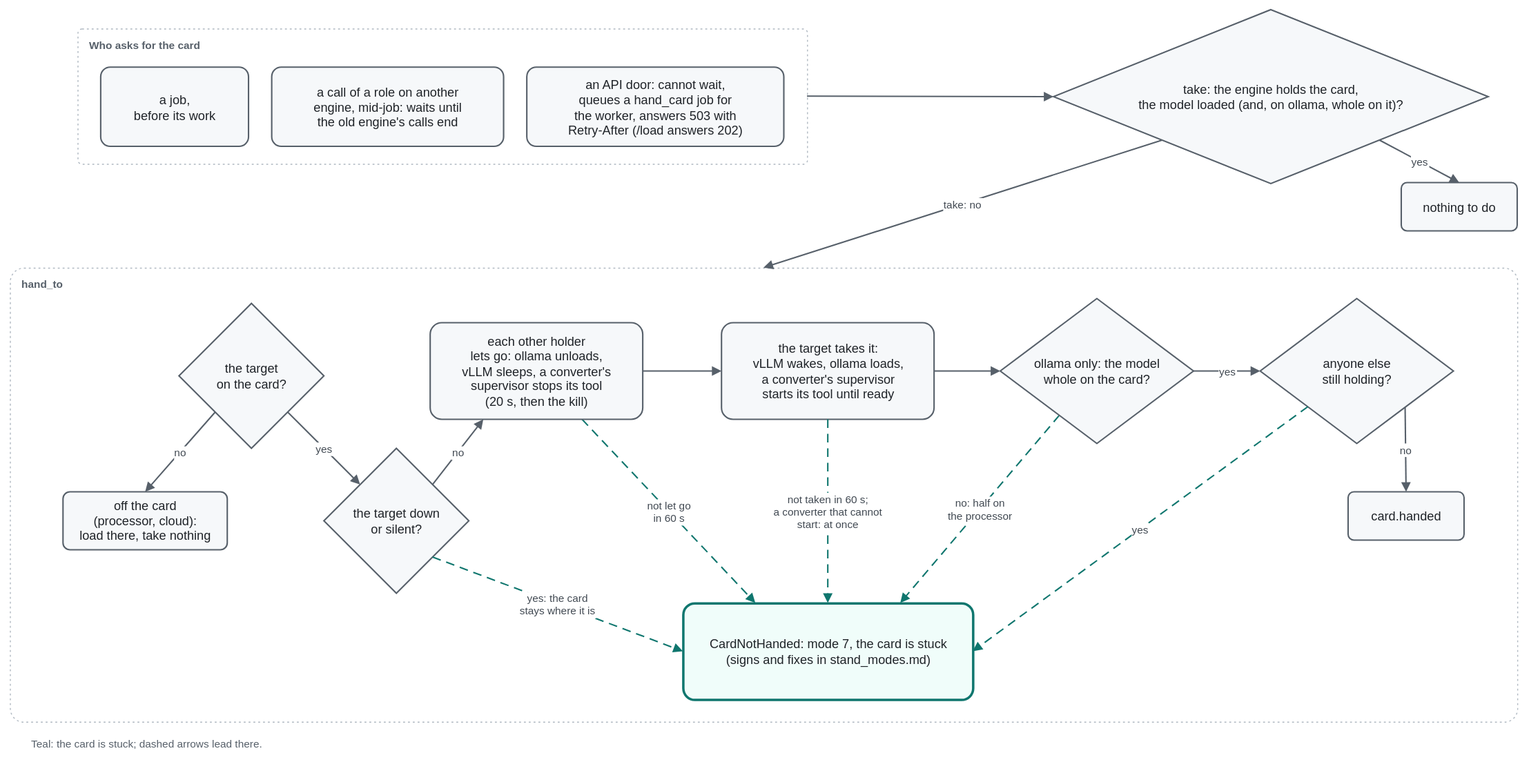
Earlier version of the draw.io export docs/diagrams/card_handover.drawio.svg (rikitikitav1/rag-lab). Source tidied: cells renumbered, new cells last; positions are measured from the earlier drawing's top-left corner, leaving out a move shared by most shapes.
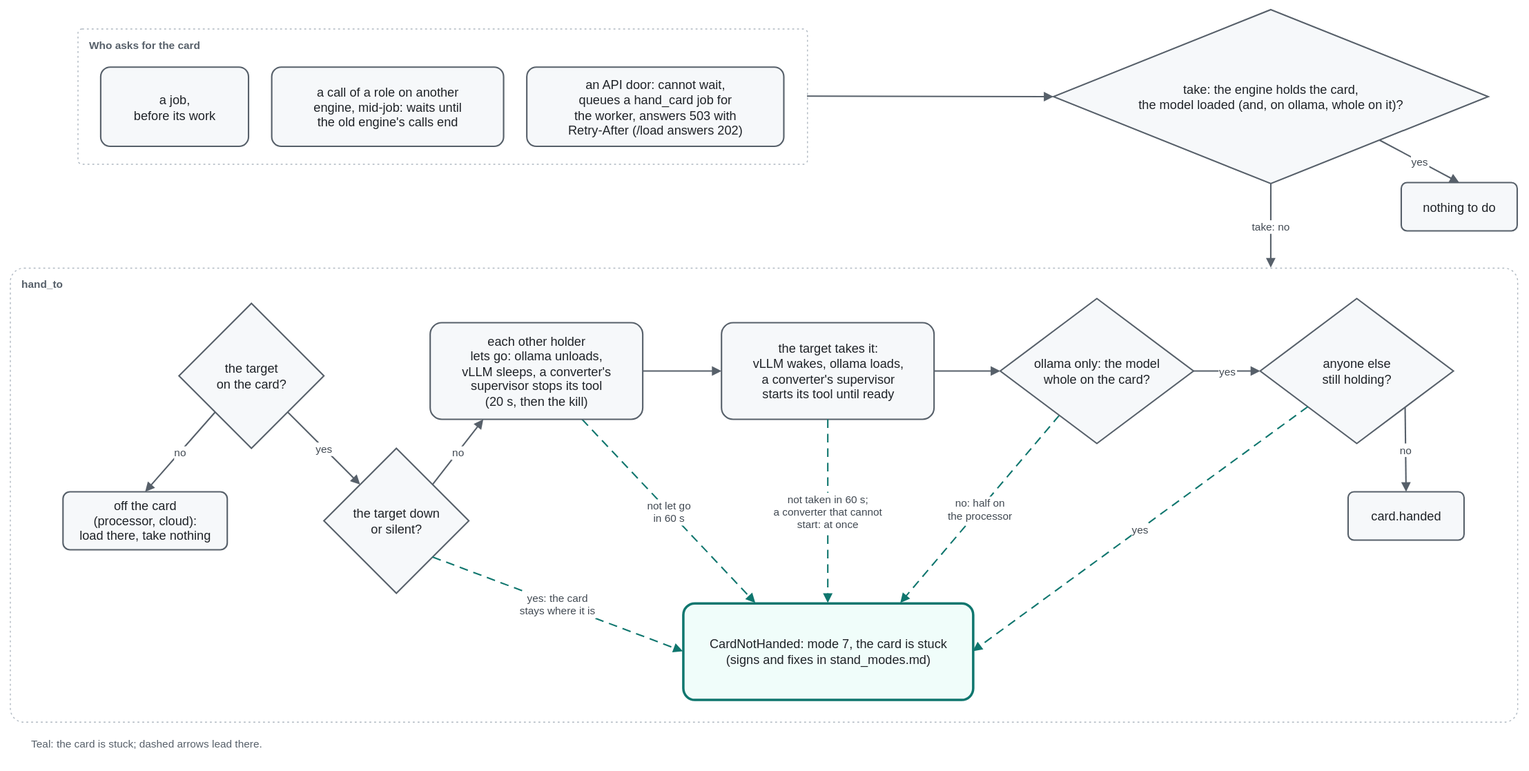
After the commit.

Diff of the diagram source:
```diff
@@ -71,7 +71,7 @@
     <mxCell id="24" style="edgeStyle=none;rounded=1;curved=0;html=0;endArrow=block;endFill=1;strokeColor=light-dark(#57606A,#8B949E);strokeWidth=1.5;fontFamily=Helvetica;fontSize=11;fontColor=light-dark(#424A53,#C9D1D9);labelBackgroundColor=light-dark(#FFFFFF,#0D1117);exitDx=0;entryY=0.5;entryDy=0;exitY=0.5;entryX=0;entryDx=0;exitX=1;exitDy=0;" parent="1" edge="1" source="28" target="26">
       <mxGeometry relative="1" as="geometry" />
     </mxCell>
-    <mxCell id="25" value="take: no" style="edgeStyle=none;rounded=1;curved=0;html=0;endArrow=block;endFill=1;strokeColor=light-dark(#57606A,#8B949E);strokeWidth=1.5;fontFamily=Helvetica;fontSize=11;fontColor=light-dark(#424A53,#C9D1D9);labelBackgroundColor=light-dark(#FFFFFF,#0D1117);exitDx=0;entryY=0;entryDy=0;exitY=1;entryX=0.5;entryDx=0;exitX=0;exitDy=0;" parent="1" edge="1" source="26" target="2">
+    <mxCell id="25" value="take: no" style="edgeStyle=none;rounded=1;curved=0;html=0;endArrow=block;endFill=1;strokeColor=light-dark(#57606A,#8B949E);strokeWidth=1.5;fontFamily=Helvetica;fontSize=11;fontColor=light-dark(#424A53,#C9D1D9);labelBackgroundColor=light-dark(#FFFFFF,#0D1117);exitX=0.5000;exitY=1;entryX=0.8365;entryY=0;" parent="1" edge="1" source="26" target="2">
       <mxGeometry relative="1" as="geometry" />
     </mxCell>
     <mxCell id="26" value="take: the engine holds the card,&#10;the model loaded (and, on ollama, whole on it)?" style="rhombus;whiteSpace=wrap;html=0;fillColor=light-dark(#F6F8FA,#161B22);strokeColor=light-dark(#57606A,#8B949E);strokeWidth=1.5;fontColor=light-dark(#1F2328,#E6EDF3);fontFamily=Helvetica;fontSize=13;spacing=8;" parent="1" vertex="1">
```
